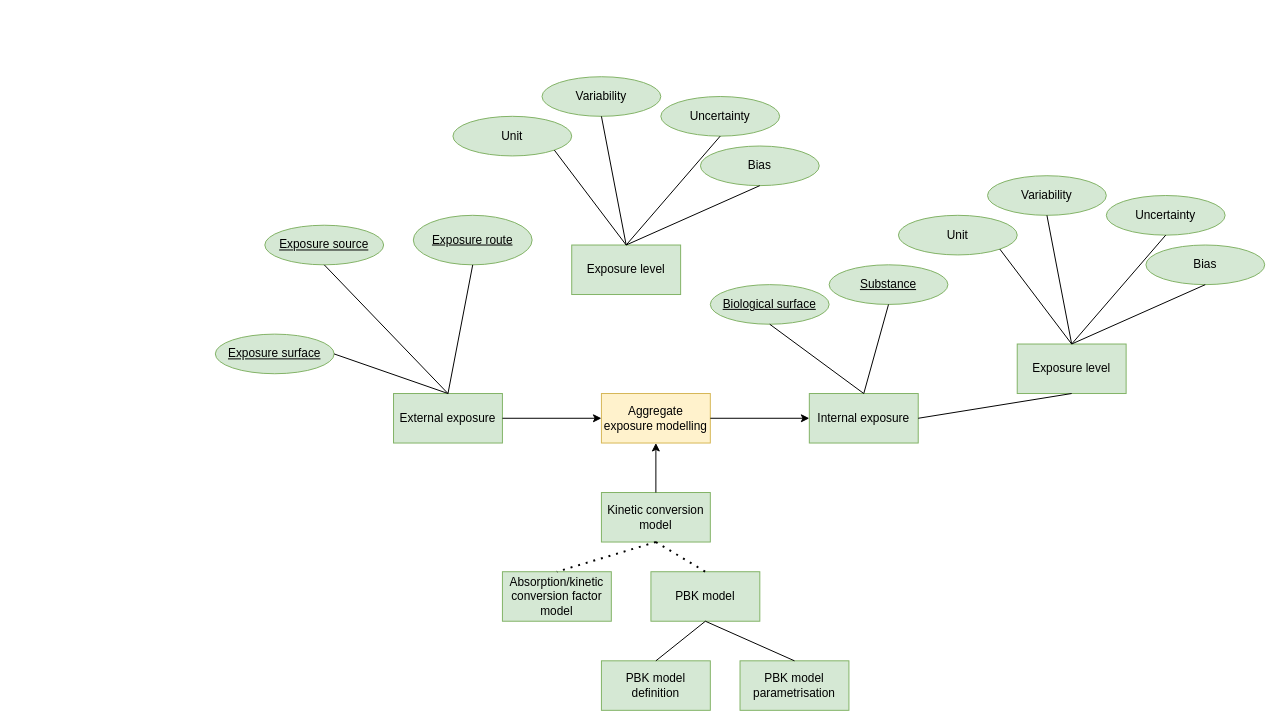
The draw.io diagram Aggregate-Diagram.drawio in jwkruisselbrink/parc-aggregate-exposure-modelling, before the edit. Source tidied: cells renumbered, new cells numbered last; positions are measured from the earlier drawing's top-left corner, leaving out a move shared by most shapes. Both pictures are drawn from the tidied source at 99%, with x=0, y=0 at pixel (215, 76).
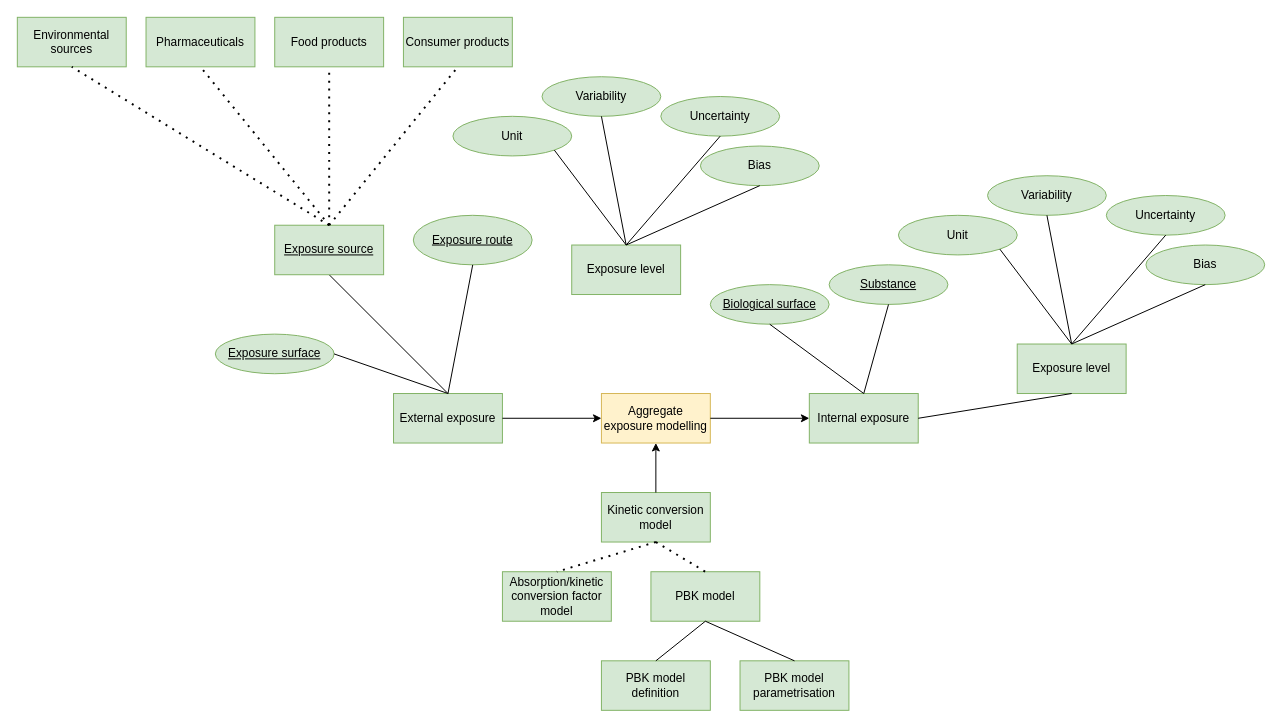
After the change.

What changed in the source:
```diff
@@
-    <mxCell id="6" value="Exposure source" style="ellipse;whiteSpace=wrap;html=1;fillColor=#d5e8d4;strokeColor=#82b366;fontStyle=4;" parent="1" vertex="1">
-      <mxGeometry x="50" y="150" width="120" height="40" as="geometry" />
-    </mxCell>
@@
+    <mxCell id="46" value="Consumer products" style="rounded=0;whiteSpace=wrap;html=1;fillColor=#d5e8d4;strokeColor=#82b366;" parent="1" vertex="1">
+      <mxGeometry x="190" y="-60" width="110" height="50" as="geometry" />
+    </mxCell>
+    <mxCell id="47" value="Food products" style="rounded=0;whiteSpace=wrap;html=1;fillColor=#d5e8d4;strokeColor=#82b366;" parent="1" vertex="1">
+      <mxGeometry x="60" y="-60" width="110" height="50" as="geometry" />
+    </mxCell>
+    <mxCell id="6" value="Exposure source" style="rounded=0;whiteSpace=wrap;html=1;fillColor=#d5e8d4;strokeColor=#82b366;fontStyle=4;" parent="1" vertex="1">
+      <mxGeometry x="60" y="150" width="110" height="50" as="geometry" />
+    </mxCell>
+    <mxCell id="48" style="endArrow=none;dashed=1;html=1;dashPattern=1 3;strokeWidth=2;rounded=0;entryX=0.5;entryY=1;entryDx=0;entryDy=0;exitX=0.5;exitY=0;exitDx=0;exitDy=0;" parent="1" edge="1" source="6" target="46">
+      <mxGeometry relative="1" as="geometry" />
+    </mxCell>
+    <mxCell id="49" style="endArrow=none;dashed=1;html=1;dashPattern=1 3;strokeWidth=2;rounded=0;entryX=0.5;entryY=1;entryDx=0;entryDy=0;exitX=0.5;exitY=0;exitDx=0;exitDy=0;" parent="1" edge="1" source="6" target="47">
+      <mxGeometry relative="1" as="geometry" />
+    </mxCell>
+    <mxCell id="50" value="Pharmaceuticals" style="rounded=0;whiteSpace=wrap;html=1;fillColor=#d5e8d4;strokeColor=#82b366;" parent="1" vertex="1">
+      <mxGeometry x="-70" y="-60" width="110" height="50" as="geometry" />
+    </mxCell>
+    <mxCell id="51" style="endArrow=none;dashed=1;html=1;dashPattern=1 3;strokeWidth=2;rounded=0;entryX=0.5;entryY=1;entryDx=0;entryDy=0;exitX=0.5;exitY=0;exitDx=0;exitDy=0;" parent="1" edge="1" source="6" target="50">
+      <mxGeometry relative="1" as="geometry" />
+    </mxCell>
+    <mxCell id="52" value="Environmental sources" style="rounded=0;whiteSpace=wrap;html=1;fillColor=#d5e8d4;strokeColor=#82b366;" parent="1" vertex="1">
+      <mxGeometry x="-200" y="-60" width="110" height="50" as="geometry" />
+    </mxCell>
+    <mxCell id="53" style="endArrow=none;dashed=1;html=1;dashPattern=1 3;strokeWidth=2;rounded=0;entryX=0.5;entryY=1;entryDx=0;entryDy=0;exitX=0.5;exitY=0;exitDx=0;exitDy=0;" parent="1" edge="1" source="6" target="52">
+      <mxGeometry relative="1" as="geometry" />
+    </mxCell>
```
